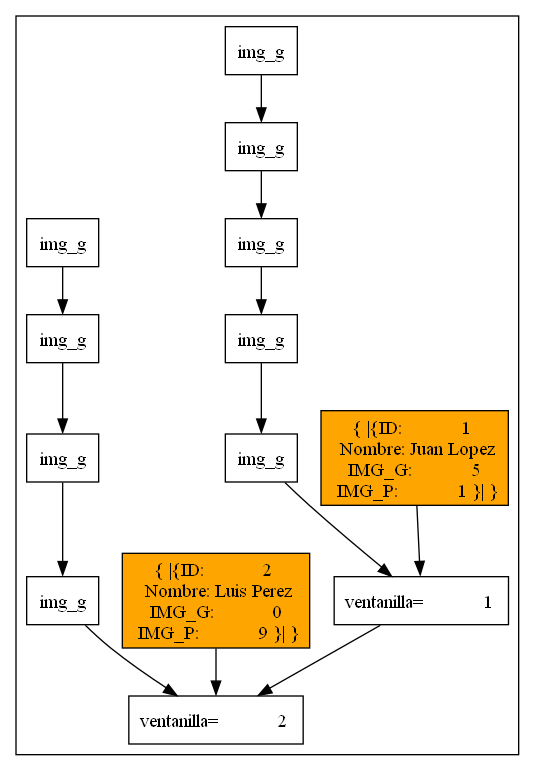
helenrodas/fase1ProyectoEdd keeps this Graphviz diagram as PasosImg.png. Above is the earlier version. Its source is kept beside it as PasosImg.dot. Source of this version:
```dot
 digraph G {
   node [shape=box];
   rankdir=TB
  subgraph cluster{ bgcolor=white
   "Node    1   "[label="ventanilla=            1 "];
   "Node    1   "-> "Node    2   ";
 "nodo    1c"[label="{ |{ID:            1 \n Nombre: Juan Lopez\n IMG_G:            5 \n IMG_P:            1 }| }", fillcolor=orange, style=filled];
 "nodo    1c" ->     "Node    1   "
 "node img_g    1                   1               "[label="img_g"]"node img_g    1                   2               "[label="img_g"]"node img_g    1                   3               "[label="img_g"]"node img_g    1                   4               "[label="img_g"]"node img_g    1                   5               "[label="img_g"]"node img_g    1                   1               "->"node img_g    1                   2               "->"node img_g    1                   3               "->"node img_g    1                   4               "->"node img_g    1                   5               "->   "Node    1   "
   "Node    2   "[label="ventanilla=            2 "];
 "nodo    2c"[label="{ |{ID:            2 \n Nombre: Luis Perez\n IMG_G:            0 \n IMG_P:            9 }| }", fillcolor=orange, style=filled];
 "nodo    2c" ->     "Node    2   "
 "node img_g    2                   1               "[label="img_g"]"node img_g    2                   2               "[label="img_g"]"node img_g    2                   3               "[label="img_g"]"node img_g    2                   4               "[label="img_g"]"node img_g    2                   1               "->"node img_g    2                   2               "->"node img_g    2                   3               "->"node img_g    2                   4               "->   "Node    2   "
 }}
```
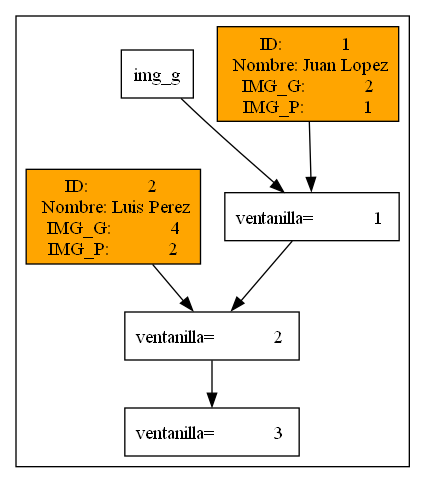
After the change.

Change to the diagram source:
```diff
@@ -4,11 +4,12 @@
   subgraph cluster{ bgcolor=white
    "Node    1   "[label="ventanilla=            1 "];
    "Node    1   "-> "Node    2   ";
- "nodo    1c"[label="{ |{ID:            1 \n Nombre: Juan Lopez\n IMG_G:            5 \n IMG_P:            1 }| }", fillcolor=orange, style=filled];
+ "nodo    1c"[label="ID:            1 \n Nombre: Juan Lopez\n IMG_G:            2 \n IMG_P:            1 ", fillcolor=orange, style=filled];
  "nodo    1c" ->     "Node    1   "
- "node img_g    1                   1               "[label="img_g"]"node img_g    1                   2               "[label="img_g"]"node img_g    1                   3               "[label="img_g"]"node img_g    1                   4               "[label="img_g"]"node img_g    1                   5               "[label="img_g"]"node img_g    1                   1               "->"node img_g    1                   2               "->"node img_g    1                   3               "->"node img_g    1                   4               "->"node img_g    1                   5               "->   "Node    1   "
+ "node img_g    1                   1               "[label="img_g"]"node img_g    1                   1               "->   "Node    1   "
    "Node    2   "[label="ventanilla=            2 "];
- "nodo    2c"[label="{ |{ID:            2 \n Nombre: Luis Perez\n IMG_G:            0 \n IMG_P:            9 }| }", fillcolor=orange, style=filled];
+   "Node    2   "-> "Node    3   ";
+ "nodo    2c"[label="ID:            2 \n Nombre: Luis Perez\n IMG_G:            4 \n IMG_P:            2 ", fillcolor=orange, style=filled];
  "nodo    2c" ->     "Node    2   "
- "node img_g    2                   1               "[label="img_g"]"node img_g    2                   2               "[label="img_g"]"node img_g    2                   3               "[label="img_g"]"node img_g    2                   4               "[label="img_g"]"node img_g    2                   1               "->"node img_g    2                   2               "->"node img_g    2                   3               "->"node img_g    2                   4               "->   "Node    2   "
+   "Node    3   "[label="ventanilla=            3 "];
  }}
```
